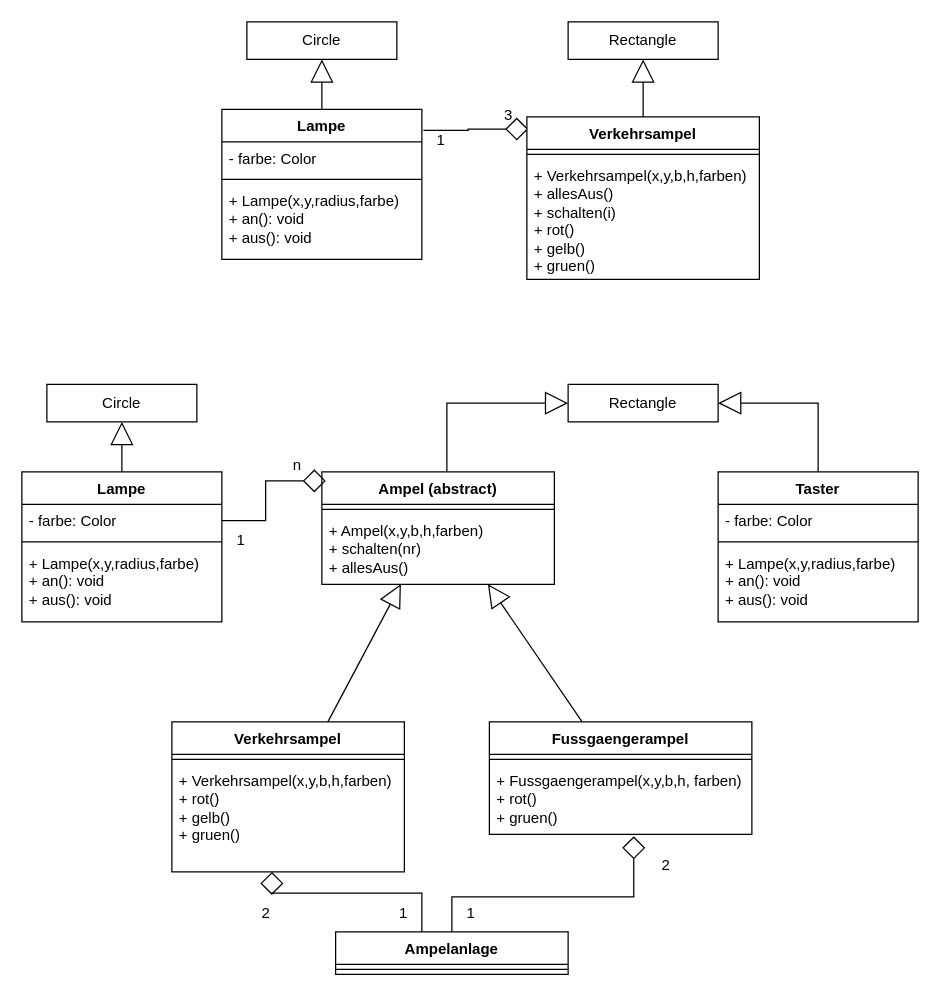
The draw.io diagram 00Informatik/OIDE_Ampel01/Ampel.drawio in Hi2272/Hi2272.github.io, before the edit. Source tidied: cells renumbered, new cells numbered last; positions are measured from the earlier drawing's top-left corner, leaving out a move shared by most shapes. Both pictures are drawn from the tidied source at 125%, with x=0, y=0 at pixel (21, 21).
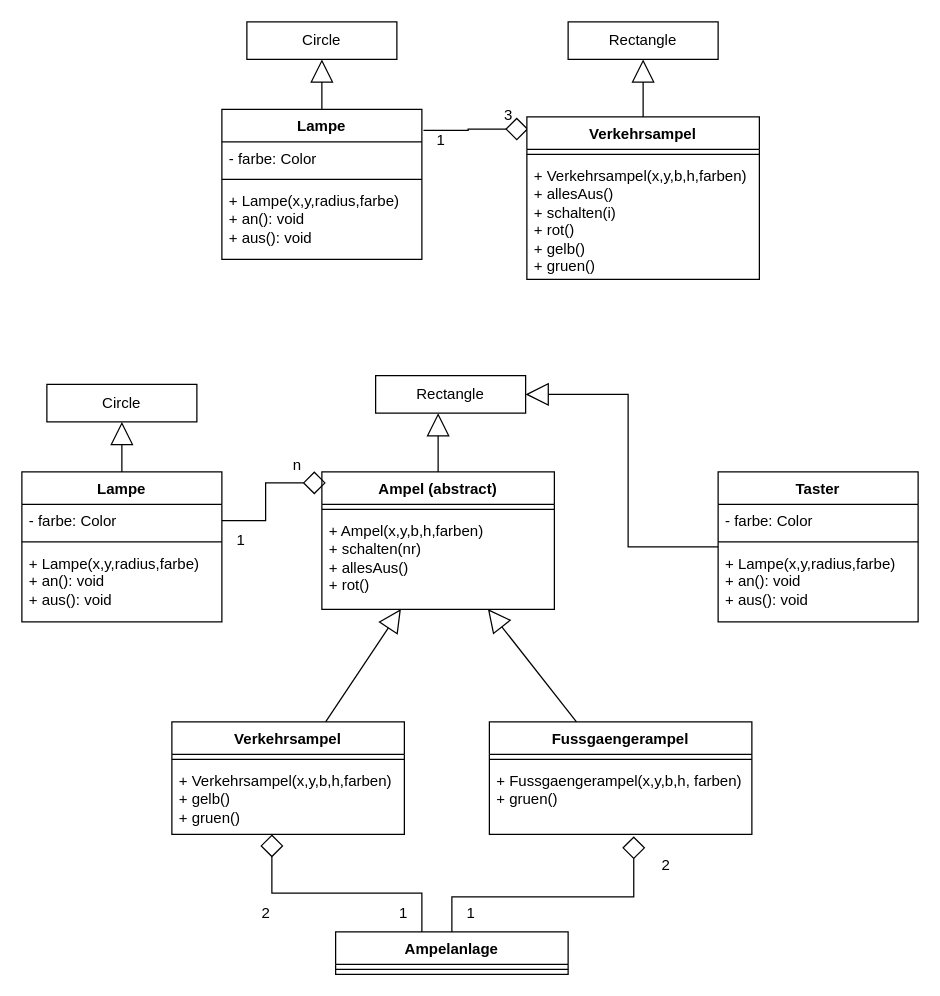
The same diagram, later.

The change refers to these unchanged cells:
```xml
<mxCell id="32" value="Fussgaengerampel" style="swimlane;fontStyle=1;align=center;verticalAlign=top;horizontal=1;startSize=26;whiteSpace=wrap;html=1;" parent="1" vertex="1">
  <mxGeometry x="374" y="560" width="210" height="90" as="geometry" />
</mxCell>
```

Change to the diagram source:
```diff
@@
     <mxCell id="17" value="Ampel (abstract)" style="swimlane;fontStyle=1;align=center;verticalAlign=top;horizontal=1;startSize=26;whiteSpace=wrap;html=1;" parent="1" vertex="1">
-      <mxGeometry x="240" y="360" width="186" height="90" as="geometry" />
+      <mxGeometry x="240" y="360" width="186" height="110" as="geometry" />
     </mxCell>
@@
-    <mxCell id="19" value="&lt;div&gt;+ Ampel(x,y,b,h,farben)&lt;/div&gt;+ schalten(nr)&lt;div&gt;+ allesAus()&lt;/div&gt;&lt;div&gt;&lt;br&gt;&lt;/div&gt;" style="text;strokeColor=none;fillColor=none;align=left;verticalAlign=top;spacingLeft=4;spacingRight=4;overflow=hidden;points=[[0,0.5],[1,0.5]];portConstraint=eastwest;whiteSpace=wrap;html=1;" parent="17" vertex="1">
-      <mxGeometry y="34" width="186" height="56" as="geometry" />
+    <mxCell id="19" value="&lt;div&gt;+ Ampel(x,y,b,h,farben)&lt;/div&gt;+ schalten(nr)&lt;div&gt;+ allesAus()&lt;/div&gt;&lt;div&gt;&lt;div&gt;+ rot()&lt;/div&gt;&lt;/div&gt;&lt;div&gt;&lt;br&gt;&lt;/div&gt;&lt;div&gt;&lt;br&gt;&lt;/div&gt;" style="text;strokeColor=none;fillColor=none;align=left;verticalAlign=top;spacingLeft=4;spacingRight=4;overflow=hidden;points=[[0,0.5],[1,0.5]];portConstraint=eastwest;whiteSpace=wrap;html=1;" parent="17" vertex="1">
+      <mxGeometry y="34" width="186" height="76" as="geometry" />
     </mxCell>
@@
     <mxCell id="28" value="Verkehrsampel" style="swimlane;fontStyle=1;align=center;verticalAlign=top;horizontal=1;startSize=26;whiteSpace=wrap;html=1;" parent="1" vertex="1">
-      <mxGeometry x="120" y="560" width="186" height="120" as="geometry" />
+      <mxGeometry x="120" y="560" width="186" height="90" as="geometry" />
     </mxCell>
@@
-    <mxCell id="30" value="&lt;div&gt;+ Verkehrsampel(x,y,b,h,farben)&lt;/div&gt;&lt;div&gt;+ rot()&lt;/div&gt;&lt;div&gt;+ gelb()&lt;/div&gt;&lt;div&gt;+ gruen()&lt;/div&gt;" style="text;strokeColor=none;fillColor=none;align=left;verticalAlign=top;spacingLeft=4;spacingRight=4;overflow=hidden;points=[[0,0.5],[1,0.5]];portConstraint=eastwest;whiteSpace=wrap;html=1;" parent="28" vertex="1">
-      <mxGeometry y="34" width="186" height="86" as="geometry" />
+    <mxCell id="30" value="&lt;div&gt;+ Verkehrsampel(x,y,b,h,farben)&lt;/div&gt;&lt;div&gt;&lt;span style=&quot;background-color: initial;&quot;&gt;+ gelb()&lt;/span&gt;&lt;br&gt;&lt;/div&gt;&lt;div&gt;+ gruen()&lt;/div&gt;" style="text;strokeColor=none;fillColor=none;align=left;verticalAlign=top;spacingLeft=4;spacingRight=4;overflow=hidden;points=[[0,0.5],[1,0.5]];portConstraint=eastwest;whiteSpace=wrap;html=1;" parent="28" vertex="1">
+      <mxGeometry y="34" width="186" height="56" as="geometry" />
     </mxCell>
@@
-    <mxCell id="34" value="&lt;div&gt;+ Fussgaengerampel(x,y,b,h, farben)&lt;/div&gt;&lt;div&gt;+ rot()&lt;/div&gt;&lt;div&gt;+ gruen()&lt;/div&gt;" style="text;strokeColor=none;fillColor=none;align=left;verticalAlign=top;spacingLeft=4;spacingRight=4;overflow=hidden;points=[[0,0.5],[1,0.5]];portConstraint=eastwest;whiteSpace=wrap;html=1;" parent="32" vertex="1">
+    <mxCell id="34" value="&lt;div&gt;+ Fussgaengerampel(x,y,b,h, farben)&lt;/div&gt;&lt;div&gt;&lt;span style=&quot;background-color: initial;&quot;&gt;+ gruen()&lt;/span&gt;&lt;br&gt;&lt;/div&gt;" style="text;strokeColor=none;fillColor=none;align=left;verticalAlign=top;spacingLeft=4;spacingRight=4;overflow=hidden;points=[[0,0.5],[1,0.5]];portConstraint=eastwest;whiteSpace=wrap;html=1;" parent="32" vertex="1">
       <mxGeometry y="34" width="210" height="56" as="geometry" />
     </mxCell>
@@
     <mxCell id="37" value="Rectangle" style="rounded=0;whiteSpace=wrap;html=1;" parent="1" vertex="1">
-      <mxGeometry x="437" y="290" width="120" height="30" as="geometry" />
+      <mxGeometry x="283" y="283" width="120" height="30" as="geometry" />
     </mxCell>
```
